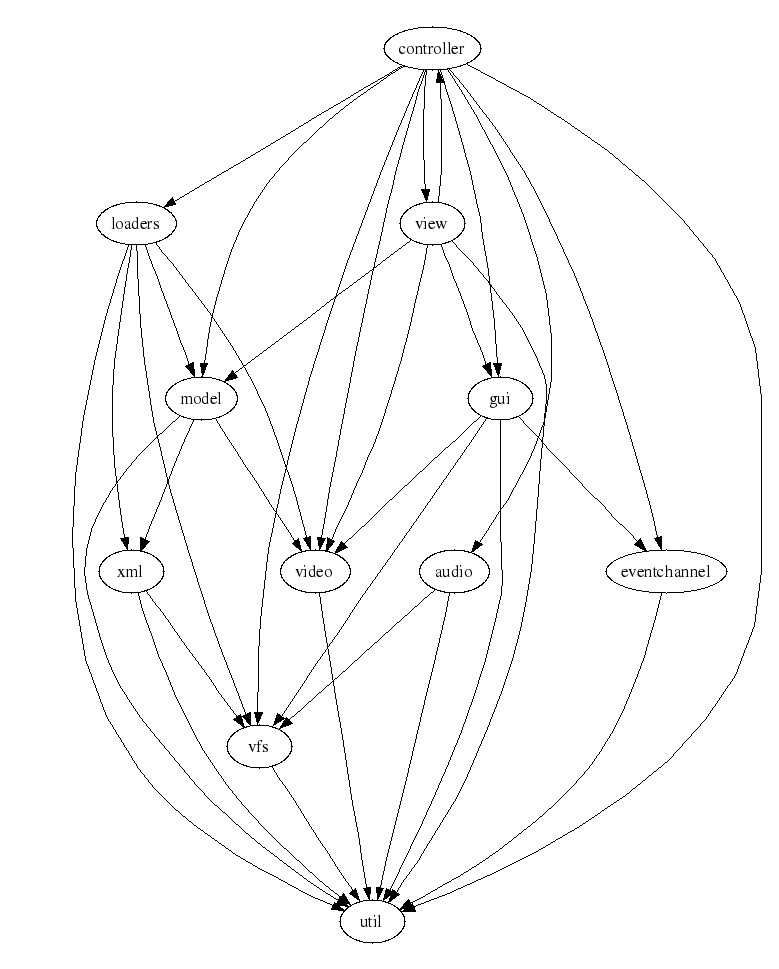
fifengine/fifengine keeps this Graphviz diagram as doc/dependencies/moduledeps.png. Above is the earlier version. Its source is kept beside it as doc/dependencies/moduledeps.dot.
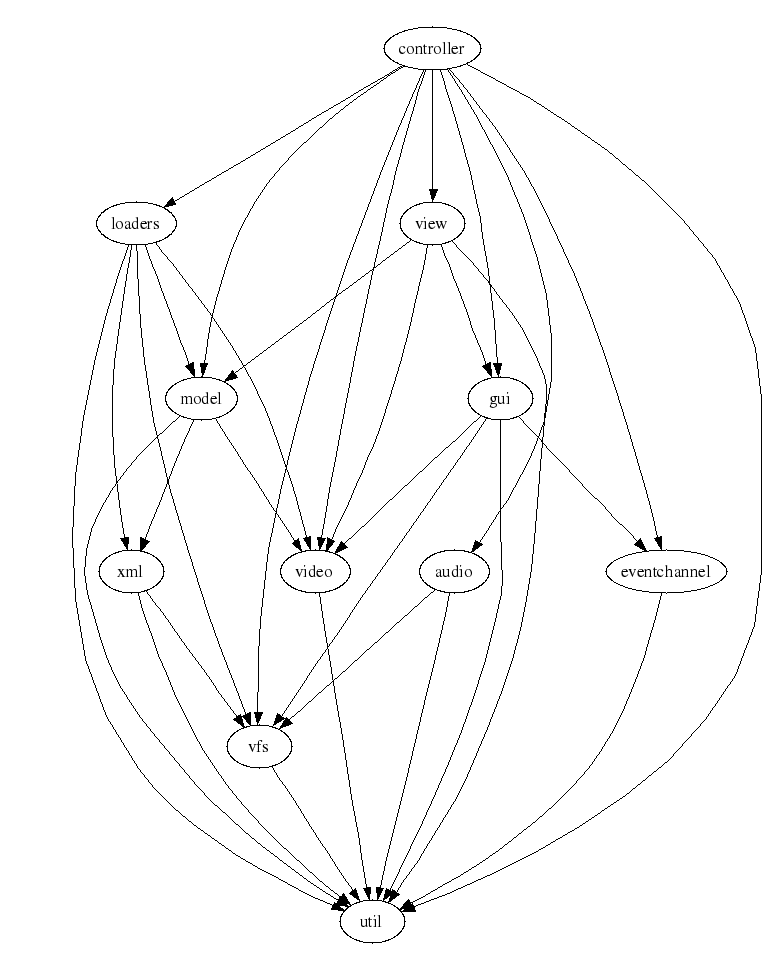
Later version of the same file.

The edit, as a diff of the source:
```diff
@@ -33,9 +33,8 @@
     "audio" -> "util"
     "audio" -> "vfs"
     "vfs" -> "util"
+    "view" -> "util"
+    "view" -> "model"
+    "view" -> "video"
     "view" -> "gui"
-    "view" -> "util"
-    "view" -> "controller"
-    "view" -> "video"
-    "view" -> "model"
 }
```
